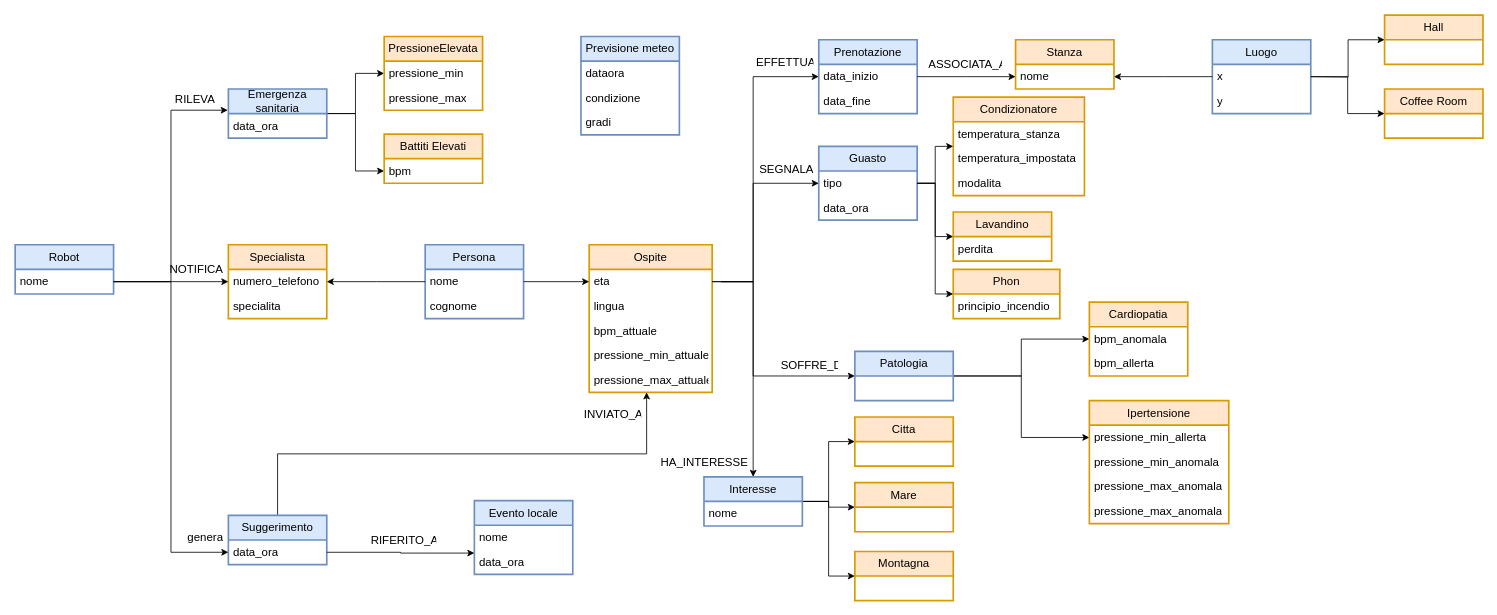
Above: src/knowledge_base/ontology.drawio in A-rgonaut/LM-32_HrR_Hotel-receptionist_Robot (draw.io), before the change. Source tidied: cells renumbered, new cells numbered last; positions are measured from the earlier drawing's top-left corner, leaving out a move shared by most shapes. Both pictures are drawn from the tidied source at 82%, with x=0, y=0 at pixel (15, 15).
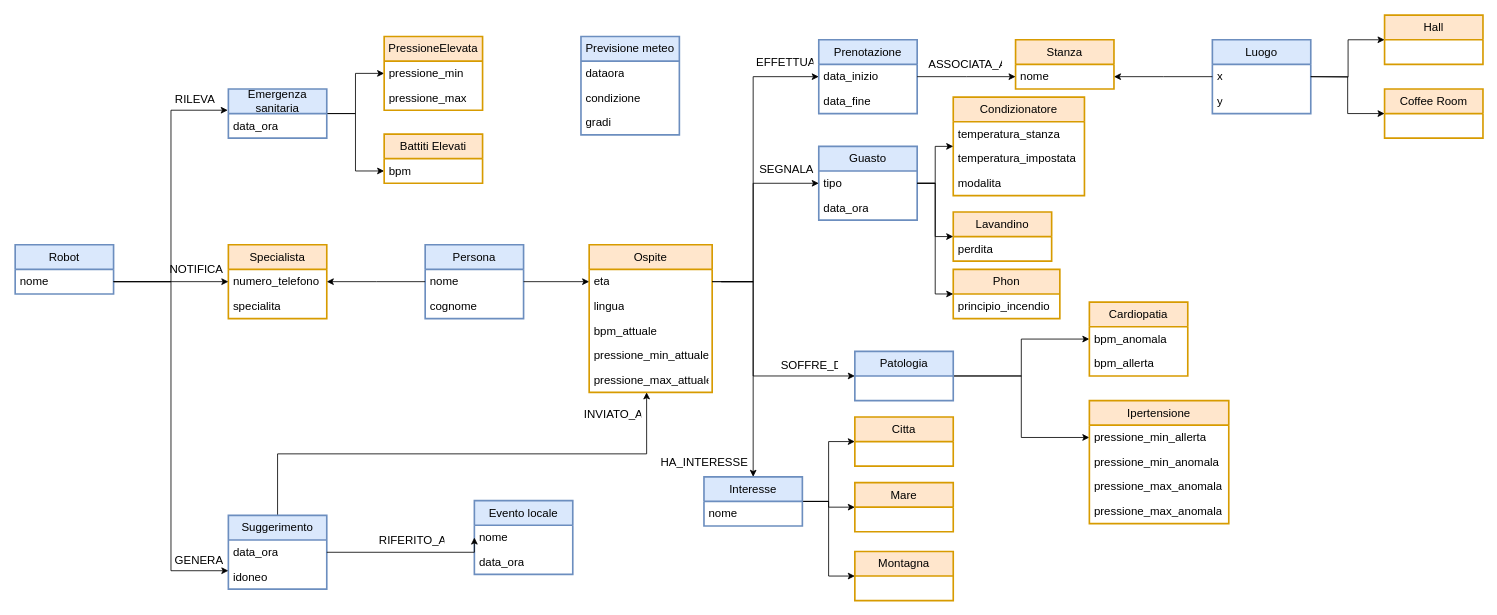
The same diagram, later.

The change refers to these unchanged cells:
```xml
<mxCell id="55" value="data_ora" style="text;strokeColor=none;fillColor=none;align=left;verticalAlign=middle;spacingLeft=4;spacingRight=4;overflow=hidden;points=[[0,0.5],[1,0.5]];portConstraint=eastwest;whiteSpace=wrap;html=1;fontSize=14;fontFamily=Cambria;strokeWidth=2;" parent="54" vertex="1">
  <mxGeometry y="30" width="120" height="30" as="geometry" />
</mxCell>
<mxCell id="57" value="nome" style="text;strokeColor=none;fillColor=none;align=left;verticalAlign=middle;spacingLeft=4;spacingRight=4;overflow=hidden;points=[[0,0.5],[1,0.5]];portConstraint=eastwest;whiteSpace=wrap;html=1;fontSize=14;fontFamily=Cambria;strokeWidth=2;" parent="56" vertex="1">
  <mxGeometry y="30" width="120" height="30" as="geometry" />
</mxCell>
<mxCell id="58" value="data_ora" style="text;strokeColor=none;fillColor=none;align=left;verticalAlign=middle;spacingLeft=4;spacingRight=4;overflow=hidden;points=[[0,0.5],[1,0.5]];portConstraint=eastwest;whiteSpace=wrap;html=1;fontSize=14;fontFamily=Cambria;strokeWidth=2;" parent="56" vertex="1">
  <mxGeometry y="60" width="120" height="30" as="geometry" />
</mxCell>
```

What changed in the source:
```diff
@@
     <mxCell id="54" value="Suggerimento" style="swimlane;fontStyle=0;horizontal=1;startSize=30;whiteSpace=wrap;html=1;fontSize=14;fontFamily=Cambria;fillColor=#dae8fc;strokeColor=#6c8ebf;strokeWidth=2;" parent="1" vertex="1">
-      <mxGeometry x="260" y="610" width="120" height="60" as="geometry" />
+      <mxGeometry x="260" y="610" width="120" height="90" as="geometry" />
     </mxCell>
@@
+    <mxCell id="102" value="idoneo" style="text;strokeColor=none;fillColor=none;align=left;verticalAlign=middle;spacingLeft=4;spacingRight=4;overflow=hidden;whiteSpace=wrap;html=1;fontSize=14;fontFamily=Cambria;strokeWidth=2;" parent="54" vertex="1">
+      <mxGeometry y="60" width="120" height="30" as="geometry" />
+    </mxCell>
@@
-    <mxCell id="65" value="genera" style="text;strokeColor=none;fillColor=none;align=right;verticalAlign=middle;spacingLeft=4;spacingRight=4;overflow=hidden;whiteSpace=wrap;html=1;fontSize=14;fontFamily=Cambria;strokeWidth=2;" parent="1" vertex="1">
-      <mxGeometry x="180" y="620" width="80" height="34" as="geometry" />
+    <mxCell id="65" value="GENERA" style="text;strokeColor=none;fillColor=none;align=right;verticalAlign=middle;spacingLeft=4;spacingRight=4;overflow=hidden;whiteSpace=wrap;html=1;fontSize=14;fontFamily=Cambria;strokeWidth=2;" parent="1" vertex="1">
+      <mxGeometry x="180" y="648" width="80" height="34" as="geometry" />
     </mxCell>
@@
     <mxCell id="70" value="RIFERITO_A" style="text;strokeColor=none;fillColor=none;align=right;verticalAlign=middle;spacingLeft=4;spacingRight=4;overflow=hidden;whiteSpace=wrap;html=1;fontSize=14;fontFamily=Cambria;strokeWidth=2;" parent="1" vertex="1">
-      <mxGeometry x="430" y="623" width="90" height="34" as="geometry" />
+      <mxGeometry x="440" y="623" width="90" height="34" as="geometry" />
     </mxCell>
@@
-    <mxCell id="95" style="edgeStyle=orthogonalEdgeStyle;rounded=0;jettySize=auto;html=1;exitX=1;exitY=0.5;exitDx=0;exitDy=0;entryX=0;entryY=0.133;entryDx=0;entryDy=0;entryPerimeter=0;" parent="1" edge="1" source="55" target="58">
-      <mxGeometry relative="1" as="geometry" />
-    </mxCell>
@@
+    <mxCell id="103" style="edgeStyle=orthogonalEdgeStyle;rounded=0;jettySize=auto;html=1;exitX=1;exitY=0.5;exitDx=0;exitDy=0;entryX=0;entryY=0.5;entryDx=0;entryDy=0;" parent="1" edge="1" source="55" target="57">
+      <mxGeometry relative="1" as="geometry">
+        <Array as="points">
+          <mxPoint x="560" y="655" />
+        </Array>
+      </mxGeometry>
+    </mxCell>
```
